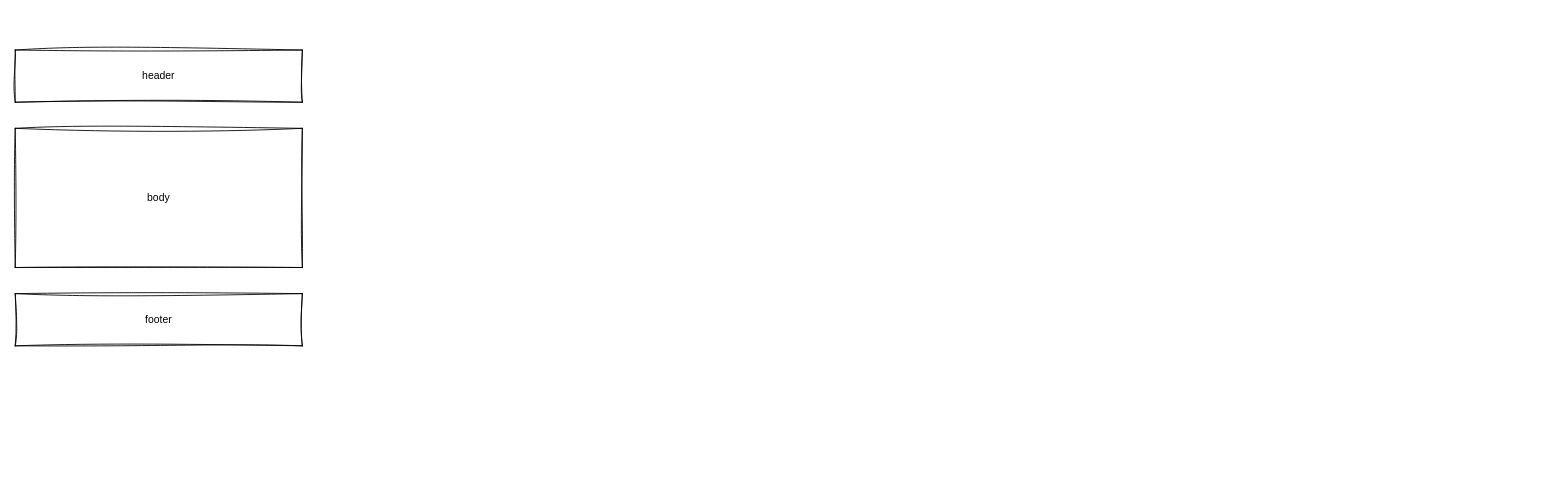
This is page "home-page" (1 of 3) of design.drawio from RaphaDevsearch/HOSTEL-MS, a draw.io file, before an edit. Source tidied: cells renumbered, new cells numbered last; positions are measured from the earlier drawing's top-left corner, leaving out a move shared by most shapes. Both pictures are drawn from the tidied source at 87%, with x=0, y=0 at pixel (15, 50).
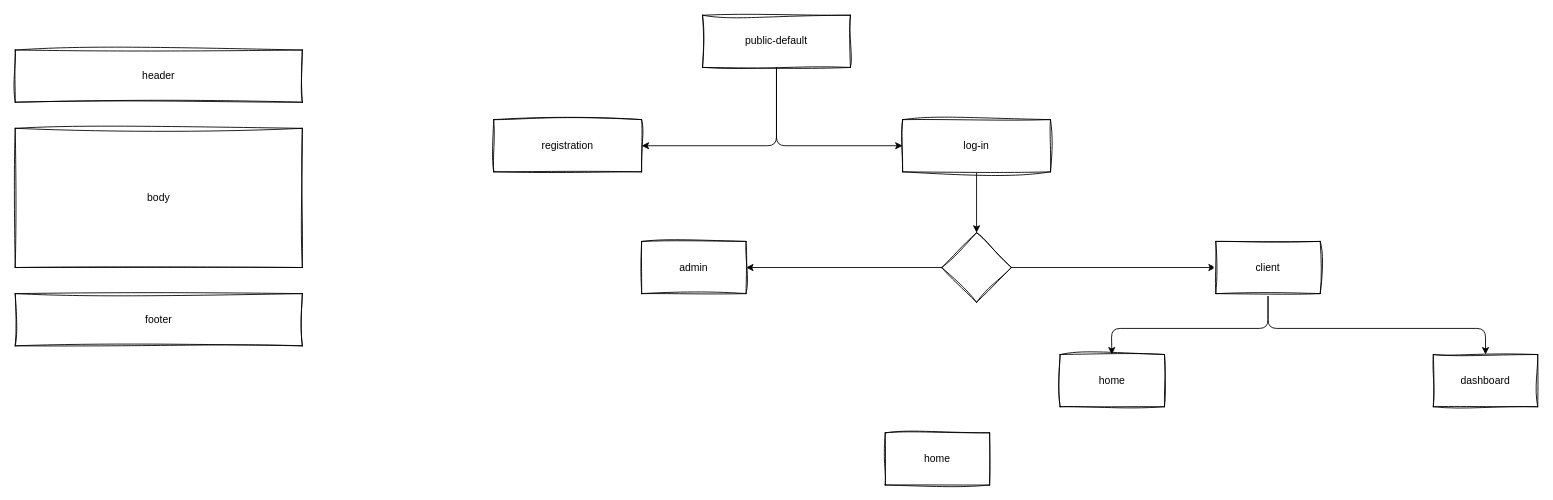
After the change.

What changed in the source:
```diff
@@
+    <mxCell id="5" style="edgeStyle=none;html=1;" parent="1" edge="1" source="6" target="7">
+      <mxGeometry relative="1" as="geometry">
+        <Array as="points">
+          <mxPoint x="875" y="110" />
+        </Array>
+      </mxGeometry>
+    </mxCell>
+    <mxCell id="6" value="public-default" style="rounded=0;whiteSpace=wrap;html=1;sketch=1;curveFitting=1;jiggle=2;" parent="1" vertex="1">
+      <mxGeometry x="790" y="-40" width="170" height="60" as="geometry" />
+    </mxCell>
+    <mxCell id="7" value="registration" style="rounded=0;whiteSpace=wrap;html=1;sketch=1;curveFitting=1;jiggle=2;" parent="1" vertex="1">
+      <mxGeometry x="550" y="80" width="170" height="60" as="geometry" />
+    </mxCell>
+    <mxCell id="8" style="edgeStyle=none;html=1;" parent="1" edge="1" source="9" target="13">
+      <mxGeometry relative="1" as="geometry" />
+    </mxCell>
+    <mxCell id="9" value="log-in" style="rounded=0;whiteSpace=wrap;html=1;sketch=1;curveFitting=1;jiggle=2;" parent="1" vertex="1">
+      <mxGeometry x="1020" y="80" width="170" height="60" as="geometry" />
+    </mxCell>
+    <mxCell id="10" style="edgeStyle=none;html=1;" parent="1" edge="1" source="6" target="9">
+      <mxGeometry relative="1" as="geometry">
+        <Array as="points">
+          <mxPoint x="875" y="110" />
+        </Array>
+      </mxGeometry>
+    </mxCell>
+    <mxCell id="11" style="edgeStyle=none;html=1;" parent="1" edge="1" source="13" target="14">
+      <mxGeometry relative="1" as="geometry" />
+    </mxCell>
+    <mxCell id="12" style="edgeStyle=none;html=1;" parent="1" edge="1" source="13" target="17">
+      <mxGeometry relative="1" as="geometry" />
+    </mxCell>
+    <mxCell id="13" style="rhombus;whiteSpace=wrap;html=1;rounded=0;sketch=1;curveFitting=1;jiggle=2;" parent="1" vertex="1">
+      <mxGeometry x="1065" y="210" width="80" height="80" as="geometry" />
+    </mxCell>
+    <mxCell id="14" value="admin" style="rounded=0;whiteSpace=wrap;html=1;sketch=1;curveFitting=1;jiggle=2;" parent="1" vertex="1">
+      <mxGeometry x="720" y="220" width="120" height="60" as="geometry" />
+    </mxCell>
+    <mxCell id="15" style="edgeStyle=none;html=1;" parent="1" edge="1" source="17" target="18">
+      <mxGeometry relative="1" as="geometry">
+        <Array as="points">
+          <mxPoint x="1440" y="320" />
+          <mxPoint x="1260" y="320" />
+        </Array>
+      </mxGeometry>
+    </mxCell>
+    <mxCell id="16" style="edgeStyle=none;html=1;entryX=0.5;entryY=0;entryDx=0;entryDy=0;" parent="1" edge="1" source="17" target="19">
+      <mxGeometry relative="1" as="geometry">
+        <Array as="points">
+          <mxPoint x="1440" y="320" />
+          <mxPoint x="1690" y="320" />
+        </Array>
+      </mxGeometry>
+    </mxCell>
+    <mxCell id="17" value="client" style="whiteSpace=wrap;html=1;rounded=0;sketch=1;curveFitting=1;jiggle=2;" parent="1" vertex="1">
+      <mxGeometry x="1380" y="220" width="120" height="60" as="geometry" />
+    </mxCell>
+    <mxCell id="18" value="home" style="whiteSpace=wrap;html=1;rounded=0;sketch=1;curveFitting=1;jiggle=2;" parent="1" vertex="1">
+      <mxGeometry x="1201" y="350" width="120" height="60" as="geometry" />
+    </mxCell>
+    <mxCell id="19" value="dashboard" style="whiteSpace=wrap;html=1;rounded=0;sketch=1;curveFitting=1;jiggle=2;" parent="1" vertex="1">
+      <mxGeometry x="1630" y="350" width="120" height="60" as="geometry" />
+    </mxCell>
+    <mxCell id="20" value="home" style="whiteSpace=wrap;html=1;rounded=0;sketch=1;curveFitting=1;jiggle=2;" parent="1" vertex="1">
+      <mxGeometry x="1000" y="440" width="120" height="60" as="geometry" />
+    </mxCell>
```
